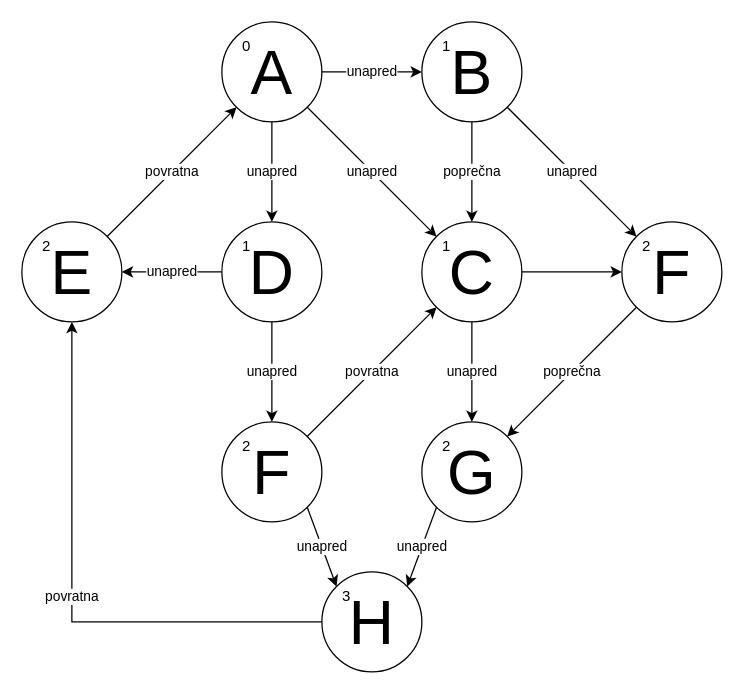
Above: ASP1/Grafovi/ASP1 K3 2018 zadatak 6 rešenje.drawio in KockaAdmiralac/ETF (draw.io), before the change. Source tidied: cells renumbered, new cells numbered last; positions are measured from the earlier drawing's top-left corner, leaving out a move shared by most shapes. Both pictures are drawn from the tidied source at 125%, with x=0, y=0 at pixel (21, 21).
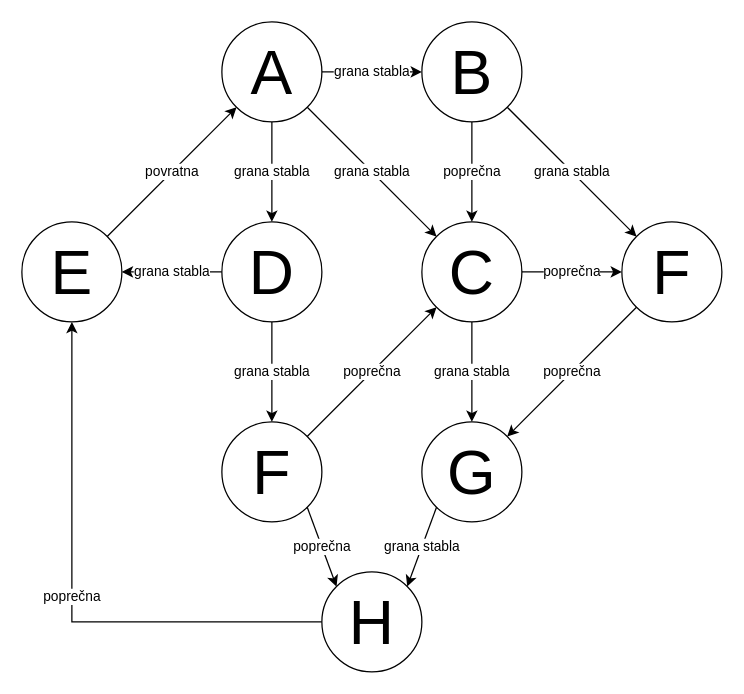
After the change.

Unchanged cells that the change refers to:
```xml
<mxCell id="4" value="&lt;font style=&quot;font-size: 50px&quot;&gt;A&lt;/font&gt;" style="ellipse;whiteSpace=wrap;html=1;" parent="1" vertex="1">
  <mxGeometry x="160" width="80" height="80" as="geometry" />
</mxCell>
<mxCell id="6" value="&lt;font style=&quot;font-size: 50px&quot;&gt;B&lt;/font&gt;" style="ellipse;whiteSpace=wrap;html=1;" parent="1" vertex="1">
  <mxGeometry x="320" width="80" height="80" as="geometry" />
</mxCell>
<mxCell id="9" value="&lt;font style=&quot;font-size: 50px&quot;&gt;D&lt;/font&gt;" style="ellipse;whiteSpace=wrap;html=1;" parent="1" vertex="1">
  <mxGeometry x="160" y="160" width="80" height="80" as="geometry" />
</mxCell>
<mxCell id="12" value="&lt;font style=&quot;font-size: 50px&quot;&gt;C&lt;/font&gt;" style="ellipse;whiteSpace=wrap;html=1;" parent="1" vertex="1">
  <mxGeometry x="320" y="160" width="80" height="80" as="geometry" />
</mxCell>
<mxCell id="13" value="&lt;font style=&quot;font-size: 50px&quot;&gt;F&lt;/font&gt;" style="ellipse;whiteSpace=wrap;html=1;" parent="1" vertex="1">
  <mxGeometry x="480" y="160" width="80" height="80" as="geometry" />
</mxCell>
<mxCell id="14" value="&lt;font style=&quot;font-size: 50px&quot;&gt;F&lt;/font&gt;" style="ellipse;whiteSpace=wrap;html=1;" parent="1" vertex="1">
  <mxGeometry x="160" y="320" width="80" height="80" as="geometry" />
</mxCell>
<mxCell id="15" value="&lt;font style=&quot;font-size: 50px&quot;&gt;G&lt;/font&gt;" style="ellipse;whiteSpace=wrap;html=1;" parent="1" vertex="1">
  <mxGeometry x="320" y="320" width="80" height="80" as="geometry" />
</mxCell>
<mxCell id="17" value="&lt;font style=&quot;font-size: 50px&quot;&gt;H&lt;/font&gt;" style="ellipse;whiteSpace=wrap;html=1;" parent="1" vertex="1">
  <mxGeometry x="240" y="440" width="80" height="80" as="geometry" />
</mxCell>
<mxCell id="18" value="&lt;font style=&quot;font-size: 50px&quot;&gt;E&lt;/font&gt;" style="ellipse;whiteSpace=wrap;html=1;" parent="1" vertex="1">
  <mxGeometry y="160" width="80" height="80" as="geometry" />
</mxCell>
```

Change to the diagram source:
```diff
@@
-    <mxCell id="2" value="unapred" style="edgeStyle=orthogonalEdgeStyle;rounded=0;jettySize=auto;html=1;entryX=0;entryY=0.5;entryDx=0;entryDy=0;" parent="1" edge="1" source="4" target="6">
-      <mxGeometry relative="1" as="geometry" />
+    <mxCell id="2" value="grana stabla" style="edgeStyle=orthogonalEdgeStyle;rounded=0;jettySize=auto;html=1;entryX=0;entryY=0.5;entryDx=0;entryDy=0;" parent="1" edge="1" source="4" target="6">
+      <mxGeometry relative="1" as="geometry">
+        <Array as="points">
+          <mxPoint x="300" y="40" />
+          <mxPoint x="300" y="40" />
+        </Array>
+      </mxGeometry>
     </mxCell>
-    <mxCell id="3" value="unapred" style="edgeStyle=orthogonalEdgeStyle;rounded=0;jettySize=auto;html=1;entryX=0.5;entryY=0;entryDx=0;entryDy=0;" parent="1" edge="1" source="4" target="9">
+    <mxCell id="3" value="grana stabla" style="edgeStyle=orthogonalEdgeStyle;rounded=0;jettySize=auto;html=1;entryX=0.5;entryY=0;entryDx=0;entryDy=0;" parent="1" edge="1" source="4" target="9">
       <mxGeometry relative="1" as="geometry" />
     </mxCell>
@@
-    <mxCell id="7" value="unapred" style="edgeStyle=orthogonalEdgeStyle;rounded=0;jettySize=auto;html=1;entryX=0.5;entryY=0;entryDx=0;entryDy=0;" parent="1" edge="1" source="9" target="14">
+    <mxCell id="7" value="grana stabla" style="edgeStyle=orthogonalEdgeStyle;rounded=0;jettySize=auto;html=1;entryX=0.5;entryY=0;entryDx=0;entryDy=0;" parent="1" edge="1" source="9" target="14">
       <mxGeometry relative="1" as="geometry" />
     </mxCell>
-    <mxCell id="8" value="unapred" style="edgeStyle=orthogonalEdgeStyle;rounded=0;jettySize=auto;html=1;entryX=1;entryY=0.5;entryDx=0;entryDy=0;" parent="1" edge="1" source="9" target="18">
+    <mxCell id="8" value="grana stabla" style="edgeStyle=orthogonalEdgeStyle;rounded=0;jettySize=auto;html=1;entryX=1;entryY=0.5;entryDx=0;entryDy=0;" parent="1" edge="1" source="9" target="18">
       <mxGeometry relative="1" as="geometry" />
     </mxCell>
@@
-    <mxCell id="10" value="unapred" style="edgeStyle=orthogonalEdgeStyle;rounded=0;jettySize=auto;html=1;entryX=0.5;entryY=0;entryDx=0;entryDy=0;" parent="1" edge="1" source="12" target="15">
+    <mxCell id="10" value="grana stabla" style="edgeStyle=orthogonalEdgeStyle;rounded=0;jettySize=auto;html=1;entryX=0.5;entryY=0;entryDx=0;entryDy=0;" parent="1" edge="1" source="12" target="15">
       <mxGeometry relative="1" as="geometry" />
     </mxCell>
-    <mxCell id="11" style="edgeStyle=orthogonalEdgeStyle;rounded=0;jettySize=auto;html=1;entryX=0;entryY=0.5;entryDx=0;entryDy=0;" parent="1" edge="1" source="12" target="13">
+    <mxCell id="11" value="poprečna" style="edgeStyle=orthogonalEdgeStyle;rounded=0;jettySize=auto;html=1;entryX=0;entryY=0.5;entryDx=0;entryDy=0;" parent="1" edge="1" source="12" target="13">
       <mxGeometry relative="1" as="geometry" />
     </mxCell>
@@
-    <mxCell id="16" value="povratna" style="edgeStyle=orthogonalEdgeStyle;rounded=0;jettySize=auto;html=1;entryX=0.5;entryY=1;entryDx=0;entryDy=0;" parent="1" edge="1" source="17" target="18">
+    <mxCell id="16" value="poprečna" style="edgeStyle=orthogonalEdgeStyle;rounded=0;jettySize=auto;html=1;entryX=0.5;entryY=1;entryDx=0;entryDy=0;" parent="1" edge="1" source="17" target="18">
       <mxGeometry relative="1" as="geometry" />
     </mxCell>
@@
-    <mxCell id="19" value="unapred" style="endArrow=classic;html=1;exitX=1;exitY=1;exitDx=0;exitDy=0;entryX=0;entryY=0;entryDx=0;entryDy=0;" parent="1" edge="1" source="6" target="13">
+    <mxCell id="19" value="grana stabla" style="endArrow=classic;html=1;exitX=1;exitY=1;exitDx=0;exitDy=0;entryX=0;entryY=0;entryDx=0;entryDy=0;" parent="1" edge="1" source="6" target="13">
       <mxGeometry relative="1" as="geometry" />
     </mxCell>
-    <mxCell id="20" value="unapred" style="endArrow=classic;html=1;exitX=1;exitY=1;exitDx=0;exitDy=0;entryX=0;entryY=0;entryDx=0;entryDy=0;" parent="1" edge="1" source="4" target="12">
+    <mxCell id="20" value="grana stabla" style="endArrow=classic;html=1;exitX=1;exitY=1;exitDx=0;exitDy=0;entryX=0;entryY=0;entryDx=0;entryDy=0;" parent="1" edge="1" source="4" target="12">
       <mxGeometry relative="1" as="geometry" />
     </mxCell>
-    <mxCell id="21" value="povratna" style="endArrow=classic;html=1;exitX=1;exitY=0;exitDx=0;exitDy=0;entryX=0;entryY=1;entryDx=0;entryDy=0;" parent="1" edge="1" source="14" target="12">
+    <mxCell id="21" value="poprečna" style="endArrow=classic;html=1;exitX=1;exitY=0;exitDx=0;exitDy=0;entryX=0;entryY=1;entryDx=0;entryDy=0;" parent="1" edge="1" source="14" target="12">
       <mxGeometry relative="1" as="geometry" />
     </mxCell>
@@
-    <mxCell id="23" value="unapred" style="endArrow=classic;html=1;exitX=1;exitY=1;exitDx=0;exitDy=0;entryX=0;entryY=0;entryDx=0;entryDy=0;" parent="1" edge="1" source="14" target="17">
+    <mxCell id="23" value="poprečna" style="endArrow=classic;html=1;exitX=1;exitY=1;exitDx=0;exitDy=0;entryX=0;entryY=0;entryDx=0;entryDy=0;" parent="1" edge="1" source="14" target="17">
       <mxGeometry relative="1" as="geometry" />
     </mxCell>
-    <mxCell id="24" value="unapred" style="endArrow=classic;html=1;exitX=0;exitY=1;exitDx=0;exitDy=0;entryX=1;entryY=0;entryDx=0;entryDy=0;" parent="1" edge="1" source="15" target="17">
+    <mxCell id="24" value="grana stabla" style="endArrow=classic;html=1;exitX=0;exitY=1;exitDx=0;exitDy=0;entryX=1;entryY=0;entryDx=0;entryDy=0;" parent="1" edge="1" source="15" target="17">
       <mxGeometry relative="1" as="geometry" />
     </mxCell>
@@
-    <mxCell id="26" value="0" style="text;html=1;strokeColor=none;fillColor=none;align=center;verticalAlign=middle;whiteSpace=wrap;rounded=0;" parent="1" vertex="1">
-      <mxGeometry x="170" y="10" width="20" height="20" as="geometry" />
-    </mxCell>
-    <mxCell id="27" value="1" style="text;html=1;strokeColor=none;fillColor=none;align=center;verticalAlign=middle;whiteSpace=wrap;rounded=0;" parent="1" vertex="1">
-      <mxGeometry x="330" y="10" width="20" height="20" as="geometry" />
-    </mxCell>
-    <mxCell id="28" value="1" style="text;html=1;strokeColor=none;fillColor=none;align=center;verticalAlign=middle;whiteSpace=wrap;rounded=0;" parent="1" vertex="1">
-      <mxGeometry x="170" y="170" width="20" height="20" as="geometry" />
-    </mxCell>
-    <mxCell id="29" value="1" style="text;html=1;strokeColor=none;fillColor=none;align=center;verticalAlign=middle;whiteSpace=wrap;rounded=0;" parent="1" vertex="1">
-      <mxGeometry x="330" y="170" width="20" height="20" as="geometry" />
-    </mxCell>
-    <mxCell id="30" value="2" style="text;html=1;strokeColor=none;fillColor=none;align=center;verticalAlign=middle;whiteSpace=wrap;rounded=0;" parent="1" vertex="1">
-      <mxGeometry x="490" y="170" width="20" height="20" as="geometry" />
-    </mxCell>
-    <mxCell id="31" value="2" style="text;html=1;strokeColor=none;fillColor=none;align=center;verticalAlign=middle;whiteSpace=wrap;rounded=0;" parent="1" vertex="1">
-      <mxGeometry x="330" y="330" width="20" height="20" as="geometry" />
-    </mxCell>
-    <mxCell id="32" value="2" style="text;html=1;strokeColor=none;fillColor=none;align=center;verticalAlign=middle;whiteSpace=wrap;rounded=0;" parent="1" vertex="1">
-      <mxGeometry x="170" y="330" width="20" height="20" as="geometry" />
-    </mxCell>
-    <mxCell id="33" value="2" style="text;html=1;strokeColor=none;fillColor=none;align=center;verticalAlign=middle;whiteSpace=wrap;rounded=0;" parent="1" vertex="1">
-      <mxGeometry x="10" y="170" width="20" height="20" as="geometry" />
-    </mxCell>
-    <mxCell id="34" value="3" style="text;html=1;strokeColor=none;fillColor=none;align=center;verticalAlign=middle;whiteSpace=wrap;rounded=0;" parent="1" vertex="1">
-      <mxGeometry x="250" y="450" width="20" height="20" as="geometry" />
-    </mxCell>
```
